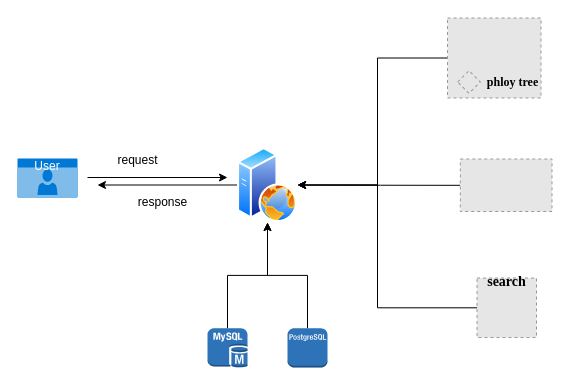
Earlier version of the draw.io diagram page "Page-1" (1 of 2) of notes/未命名绘图.drawio (Jiangjao/bioinformatics). Source tidied: cells renumbered, new cells numbered last; positions are measured from the earlier drawing's top-left corner, leaving out a move shared by most shapes. Both pictures are drawn from the tidied source at 100%, with x=0, y=0 at pixel (17, 17). Pictures stored in the file or linked from it are replaced by grey dashed boxes.
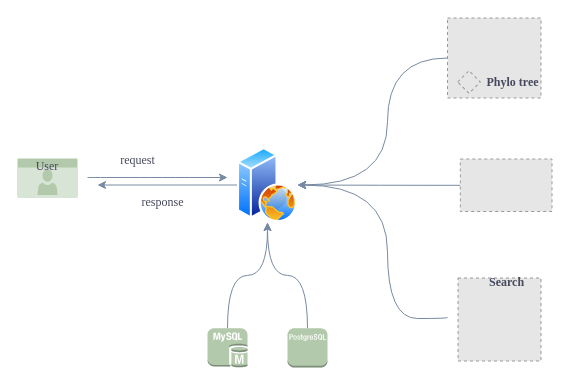
The same page after the edit.

Commit message:
更新未命名绘图.drawio

What changed in the source:
```diff
@@
-    <mxCell id="2" style="edgeStyle=orthogonalEdgeStyle;rounded=0;orthogonalLoop=1;jettySize=auto;html=1;" parent="1" edge="1">
+    <mxCell id="2" style="edgeStyle=orthogonalEdgeStyle;rounded=1;orthogonalLoop=1;jettySize=auto;html=1;curved=1;strokeColor=#788AA3;labelBackgroundColor=none;fontColor=default;fontFamily=Times New Roman;" parent="1" edge="1">
       <mxGeometry relative="1" as="geometry">
         <mxPoint x="70" y="160" as="sourcePoint" />
         <mxPoint x="210" y="160" as="targetPoint" />
       </mxGeometry>
     </mxCell>
-    <mxCell id="3" style="edgeStyle=orthogonalEdgeStyle;rounded=0;jettySize=auto;html=1;" parent="1" edge="1" source="4" target="6">
+    <mxCell id="3" style="edgeStyle=orthogonalEdgeStyle;rounded=1;jettySize=auto;html=1;curved=1;labelBackgroundColor=none;strokeColor=#788AA3;fontColor=default;fontFamily=Times New Roman;" parent="1" edge="1" source="4" target="6">
       <mxGeometry relative="1" as="geometry" />
     </mxCell>
-    <mxCell id="4" style="outlineConnect=0;dashed=0;verticalLabelPosition=bottom;verticalAlign=top;align=center;html=1;shape=mxgraph.aws3.mysql_db_instance;fillColor=#2E73B8;gradientColor=none;" parent="1" vertex="1">
+    <mxCell id="4" style="outlineConnect=0;dashed=0;verticalLabelPosition=bottom;verticalAlign=top;align=center;html=1;shape=mxgraph.aws3.mysql_db_instance;fillColor=#B2C9AB;rounded=1;labelBackgroundColor=none;strokeColor=#788AA3;fontColor=#46495D;fontFamily=Times New Roman;" parent="1" vertex="1">
       <mxGeometry x="190" y="310.8" width="40" height="39.2" as="geometry" />
     </mxCell>
-    <mxCell id="5" style="edgeStyle=orthogonalEdgeStyle;rounded=0;jettySize=auto;html=1;" parent="1" edge="1" source="6">
+    <mxCell id="5" style="rounded=1;jettySize=auto;html=1;edgeStyle=orthogonalEdgeStyle;curved=1;labelBackgroundColor=none;strokeColor=#788AA3;fontColor=default;fontFamily=Times New Roman;" parent="1" edge="1" source="6">
       <mxGeometry relative="1" as="geometry">
         <mxPoint x="80" y="167.5" as="targetPoint" />
       </mxGeometry>
     </mxCell>
-    <mxCell id="6" style="image;perimeter=ellipsePerimeter;html=1;align=center;shadow=0;dashed=0;spacingTop=3;image=img/lib/active_directory/web_server.svg;" parent="1" vertex="1">
+    <mxCell id="6" style="image;perimeter=ellipsePerimeter;html=1;align=center;shadow=0;dashed=0;spacingTop=3;image=img/lib/active_directory/web_server.svg;rounded=1;labelBackgroundColor=none;fillColor=#B2C9AB;strokeColor=#788AA3;fontColor=#46495D;fontFamily=Times New Roman;" parent="1" vertex="1">
       <mxGeometry x="220" y="130" width="60" height="75" as="geometry" />
     </mxCell>
-    <mxCell id="7" value="User" style="html=1;whiteSpace=wrap;strokeColor=none;fillColor=#0079D6;labelPosition=center;verticalLabelPosition=middle;verticalAlign=top;align=center;fontSize=12;spacingTop=-6;fontColor=#FFFFFF;sketch=0;shape=mxgraph.sitemap.user;" parent="1" vertex="1">
+    <mxCell id="7" value="User" style="html=1;whiteSpace=wrap;strokeColor=none;fillColor=#B2C9AB;labelPosition=center;verticalLabelPosition=middle;verticalAlign=top;align=center;fontSize=12;spacingTop=-6;fontColor=#46495D;sketch=0;shape=mxgraph.sitemap.user;rounded=1;labelBackgroundColor=none;fontFamily=Times New Roman;" parent="1" vertex="1">
       <mxGeometry y="141" width="60" height="39" as="geometry" />
     </mxCell>
-    <mxCell id="8" value="request" style="text;html=1;align=center;verticalAlign=middle;strokeColor=none;fillColor=none;" parent="1" vertex="1">
+    <mxCell id="8" value="request" style="text;html=1;align=center;verticalAlign=middle;strokeColor=none;fillColor=none;rounded=1;labelBackgroundColor=none;fontColor=#46495D;fontFamily=Times New Roman;" parent="1" vertex="1">
       <mxGeometry x="90" y="128" width="60" height="30" as="geometry" />
     </mxCell>
-    <mxCell id="9" value="response" style="text;html=1;align=center;verticalAlign=middle;strokeColor=none;fillColor=none;" parent="1" vertex="1">
+    <mxCell id="9" value="response" style="text;html=1;align=center;verticalAlign=middle;strokeColor=none;fillColor=none;rounded=1;labelBackgroundColor=none;fontColor=#46495D;fontFamily=Times New Roman;" parent="1" vertex="1">
       <mxGeometry x="110" y="170" width="70" height="30" as="geometry" />
     </mxCell>
-    <mxCell id="10" style="edgeStyle=orthogonalEdgeStyle;rounded=0;jettySize=auto;html=1;" parent="1" edge="1" source="11" target="6">
+    <mxCell id="10" style="edgeStyle=orthogonalEdgeStyle;rounded=1;jettySize=auto;html=1;curved=1;labelBackgroundColor=none;strokeColor=#788AA3;fontColor=default;fontFamily=Times New Roman;" parent="1" edge="1" source="11" target="6">
       <mxGeometry relative="1" as="geometry" />
     </mxCell>
-    <mxCell id="11" style="outlineConnect=0;dashed=0;verticalLabelPosition=bottom;verticalAlign=top;align=center;html=1;shape=mxgraph.aws3.postgre_sql_instance;fillColor=#2E73B8;gradientColor=none;strokeColor=#6166FF;" parent="1" vertex="1">
+    <mxCell id="11" style="outlineConnect=0;dashed=0;verticalLabelPosition=bottom;verticalAlign=top;align=center;html=1;shape=mxgraph.aws3.postgre_sql_instance;fillColor=#B2C9AB;strokeColor=#788AA3;rounded=1;labelBackgroundColor=none;fontColor=#46495D;fontFamily=Times New Roman;" parent="1" vertex="1">
       <mxGeometry x="270" y="310.8" width="40" height="39.2" as="geometry" />
     </mxCell>
-    <mxCell id="12" style="edgeStyle=orthogonalEdgeStyle;rounded=0;jettySize=auto;html=1;entryX=1;entryY=0.5;entryDx=0;entryDy=0;" parent="1" edge="1" source="13" target="6">
+    <mxCell id="12" style="rounded=1;jettySize=auto;html=1;entryX=1;entryY=0.5;entryDx=0;entryDy=0;edgeStyle=orthogonalEdgeStyle;curved=1;labelBackgroundColor=none;strokeColor=#788AA3;fontColor=default;fontFamily=Times New Roman;" parent="1" edge="1" source="13" target="6">
       <mxGeometry relative="1" as="geometry">
         <Array as="points">
-          <mxPoint x="360" y="41" />
-          <mxPoint x="360" y="168" />
+          <mxPoint x="370" y="41" />
+          <mxPoint x="370" y="168" />
         </Array>
       </mxGeometry>
     </mxCell>
-    <mxCell id="13" style="fillColor=#E6E6E6;strokeColor=#999999;dashed=1;verticalLabelPosition=bottom;labelBackgroundColor=default;verticalAlign=top;" parent="1" vertex="1">
+    <mxCell id="13" style="fillColor=#E6E6E6;strokeColor=#999999;dashed=1;verticalLabelPosition=bottom;labelBackgroundColor=none;verticalAlign=top;fontColor=#46495D;fontFamily=Times New Roman;" parent="1" vertex="1">
       <mxGeometry x="430" y="0.5" width="93.5" height="80" as="geometry" />
     </mxCell>
-    <mxCell id="14" style="fillColor=#E6E6E6;strokeColor=#999999;dashed=1;verticalLabelPosition=bottom;labelBackgroundColor=default;verticalAlign=top;rotation=-45;" parent="1" vertex="1">
+    <mxCell id="14" style="fillColor=#E6E6E6;strokeColor=#999999;dashed=1;verticalLabelPosition=bottom;labelBackgroundColor=none;verticalAlign=top;rotation=-45;fontColor=#46495D;fontFamily=Times New Roman;" parent="1" vertex="1">
       <mxGeometry x="443.5" y="56.5" width="16" height="16" as="geometry" />
     </mxCell>
-    <mxCell id="15" value="&lt;font style=&quot;font-size: 12px;&quot; face=&quot;Times New Roman&quot;&gt;&lt;b style=&quot;&quot;&gt;phloy tree&lt;/b&gt;&lt;/font&gt;" style="text;html=1;align=center;verticalAlign=middle;strokeColor=none;fillColor=none;" parent="1" vertex="1">
-      <mxGeometry x="459.5" y="49.5" width="70" height="30" as="geometry" />
+    <mxCell id="15" value="&lt;font style=&quot;font-size: 12px;&quot;&gt;&lt;b style=&quot;&quot;&gt;Phylo tree&lt;/b&gt;&lt;/font&gt;" style="text;html=1;align=center;verticalAlign=middle;strokeColor=none;fillColor=none;rounded=1;labelBackgroundColor=none;fontColor=#46495D;fontFamily=Times New Roman;" parent="1" vertex="1">
+      <mxGeometry x="454.5" y="49.5" width="80" height="30" as="geometry" />
     </mxCell>
-    <mxCell id="16" style="edgeStyle=orthogonalEdgeStyle;rounded=0;jettySize=auto;html=1;entryX=1;entryY=0.5;entryDx=0;entryDy=0;curved=1;" parent="1" edge="1" source="17" target="6">
+    <mxCell id="16" style="edgeStyle=orthogonalEdgeStyle;rounded=1;jettySize=auto;html=1;entryX=1;entryY=0.5;entryDx=0;entryDy=0;curved=1;labelBackgroundColor=none;strokeColor=#788AA3;fontColor=default;fontFamily=Times New Roman;" parent="1" edge="1" source="17" target="6">
       <mxGeometry relative="1" as="geometry" />
     </mxCell>
-    <mxCell id="17" style="fillColor=#E6E6E6;strokeColor=#999999;dashed=1;verticalLabelPosition=bottom;labelBackgroundColor=default;verticalAlign=top;" parent="1" vertex="1">
+    <mxCell id="17" style="fillColor=#E6E6E6;strokeColor=#999999;dashed=1;verticalLabelPosition=bottom;labelBackgroundColor=none;verticalAlign=top;fontColor=#46495D;fontFamily=Times New Roman;" parent="1" vertex="1">
       <mxGeometry x="442.8" y="141.5" width="91.7" height="52.5" as="geometry" />
     </mxCell>
-    <mxCell id="18" style="edgeStyle=orthogonalEdgeStyle;rounded=0;jettySize=auto;html=1;entryX=1;entryY=0.5;entryDx=0;entryDy=0;" parent="1" edge="1" source="20" target="6">
+    <mxCell id="18" style="edgeStyle=orthogonalEdgeStyle;rounded=1;jettySize=auto;html=1;entryX=1;entryY=0.5;entryDx=0;entryDy=0;curved=1;labelBackgroundColor=none;strokeColor=#788AA3;fontColor=default;fontFamily=Times New Roman;" parent="1" edge="1" target="6">
       <mxGeometry relative="1" as="geometry">
+        <mxPoint x="430" y="300" as="sourcePoint" />
         <Array as="points">
-          <mxPoint x="360" y="290" />
-          <mxPoint x="360" y="167" />
+          <mxPoint x="430" y="301" />
+          <mxPoint x="370" y="301" />
+          <mxPoint x="370" y="168" />
         </Array>
       </mxGeometry>
     </mxCell>
-    <mxCell id="19" style="fillColor=#E6E6E6;strokeColor=#999999;dashed=1;verticalLabelPosition=bottom;labelBackgroundColor=default;verticalAlign=top;" parent="1" vertex="1">
+    <mxCell id="19" style="fillColor=#E6E6E6;strokeColor=#999999;dashed=1;verticalLabelPosition=bottom;labelBackgroundColor=none;verticalAlign=top;fontColor=#46495D;fontFamily=Times New Roman;" parent="1" vertex="1">
       <mxGeometry x="472.5" y="270.5" width="34" height="9.8" as="geometry" />
     </mxCell>
-    <mxCell id="20" style="fillColor=#E6E6E6;strokeColor=#999999;dashed=1;verticalLabelPosition=bottom;labelBackgroundColor=default;verticalAlign=top;" parent="1" vertex="1">
-      <mxGeometry x="459.5" y="260.5" width="59.5" height="59.5" as="geometry" />
+    <mxCell id="20" style="fillColor=#E6E6E6;strokeColor=#999999;dashed=1;verticalLabelPosition=bottom;labelBackgroundColor=none;verticalAlign=top;fontColor=#46495D;fontFamily=Times New Roman;" parent="1" vertex="1">
+      <mxGeometry x="440.5" y="260.5" width="83" height="83" as="geometry" />
     </mxCell>
-    <mxCell id="21" value="&lt;font style=&quot;font-size: 14px;&quot; face=&quot;Times New Roman&quot;&gt;&lt;b&gt;search&lt;/b&gt;&lt;/font&gt;" style="text;html=1;align=center;verticalAlign=middle;strokeColor=none;fillColor=none;" parent="1" vertex="1">
+    <mxCell id="21" value="&lt;font style=&quot;font-size: 12px;&quot;&gt;&lt;b style=&quot;&quot;&gt;Search&lt;/b&gt;&lt;/font&gt;" style="text;html=1;align=center;verticalAlign=middle;strokeColor=none;fillColor=none;rounded=1;labelBackgroundColor=none;fontColor=#46495D;fontFamily=Times New Roman;" parent="1" vertex="1">
       <mxGeometry x="458.6" y="250.2" width="60" height="30" as="geometry" />
     </mxCell>
```
